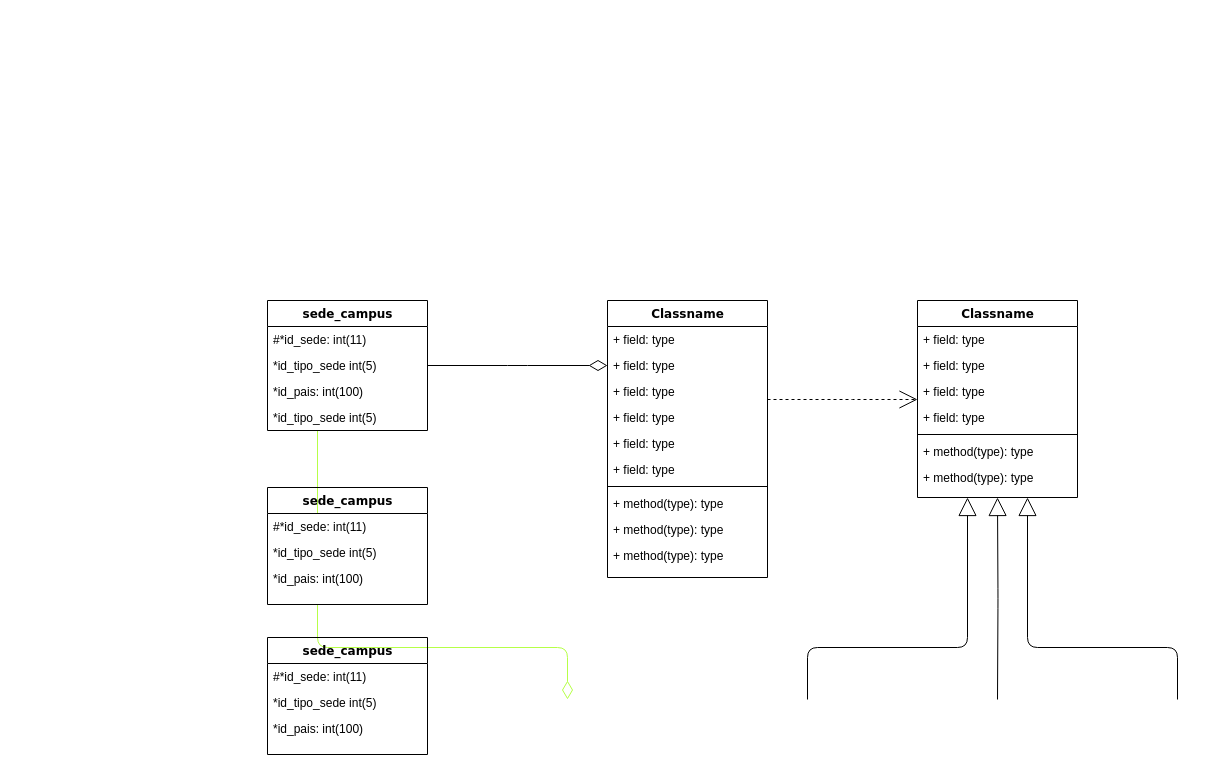
The draw.io diagram DiagramaLogico.drawio in NixonAmado/pry-bdCampus, before the edit. Source tidied: cells renumbered, new cells numbered last; positions are measured from the earlier drawing's top-left corner, leaving out a move shared by most shapes. Both pictures are drawn from the tidied source at 100%, with x=0, y=0 at pixel (267, 300).
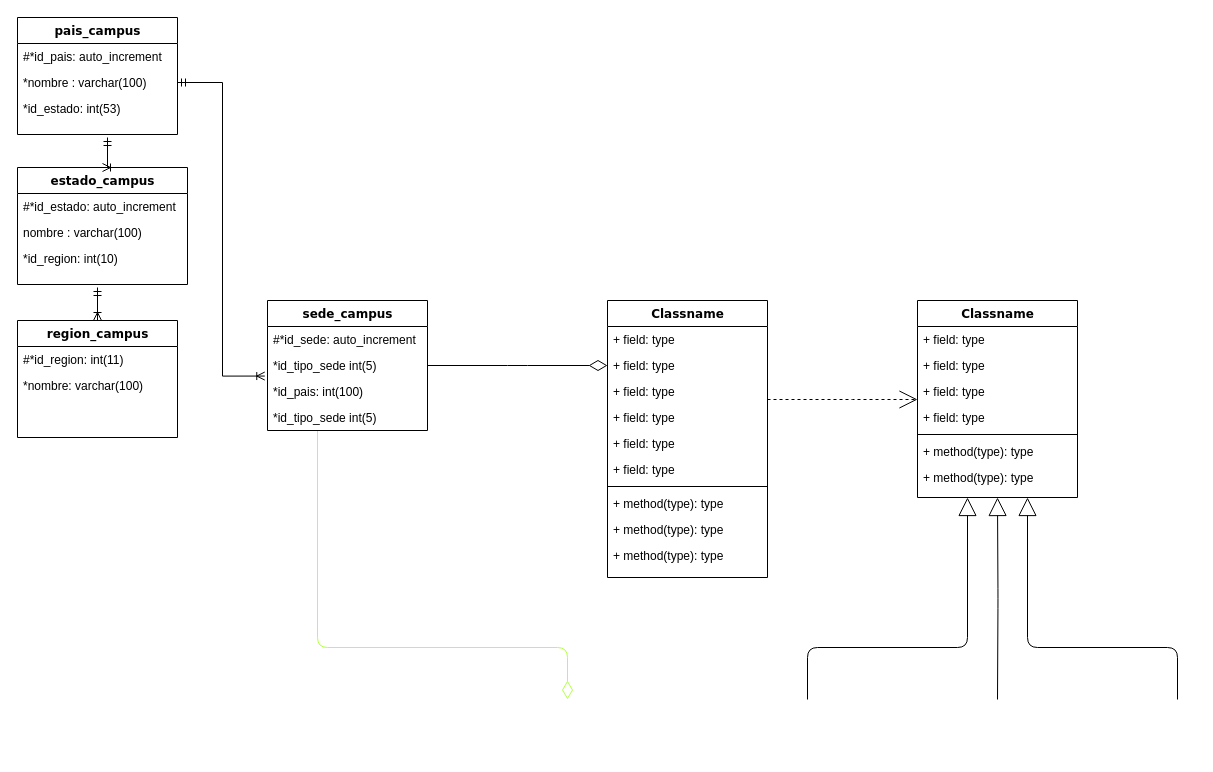
After the change.

The change refers to these unchanged cells:
```xml
<mxCell id="3" value="sede_campus" style="swimlane;html=1;fontStyle=1;align=center;verticalAlign=top;horizontal=1;startSize=26;swimlaneFillColor=#ffffff;rounded=0;shadow=0;comic=0;labelBackgroundColor=none;strokeWidth=1;fillColor=none;fontFamily=Verdana;fontSize=12;" parent="1" vertex="1">
  <mxGeometry width="160" height="130" as="geometry" />
</mxCell>
<mxCell id="5" value="*id_tipo_sede int(5)" style="text;html=1;strokeColor=none;fillColor=none;align=left;verticalAlign=top;spacingLeft=4;spacingRight=4;whiteSpace=wrap;overflow=hidden;points=[[0,0.5],[1,0.5]];portConstraint=eastwest;" parent="3" vertex="1">
  <mxGeometry y="52" width="160" height="26" as="geometry" />
</mxCell>
```

Diff of the diagram source:
```diff
@@
-    <mxCell id="4" value="#*id_sede: int(11)" style="text;html=1;strokeColor=none;fillColor=none;align=left;verticalAlign=top;spacingLeft=4;spacingRight=4;whiteSpace=wrap;overflow=hidden;" parent="3" vertex="1">
+    <mxCell id="4" value="#*id_sede: auto_increment" style="text;html=1;strokeColor=none;fillColor=none;align=left;verticalAlign=top;spacingLeft=4;spacingRight=4;whiteSpace=wrap;overflow=hidden;" parent="3" vertex="1">
       <mxGeometry y="26" width="160" height="26" as="geometry" />
     </mxCell>
@@
-    <mxCell id="32" value="sede_campus" style="swimlane;html=1;fontStyle=1;align=center;verticalAlign=top;horizontal=1;startSize=26;swimlaneFillColor=#ffffff;rounded=0;shadow=0;comic=0;labelBackgroundColor=none;strokeWidth=1;fillColor=none;fontFamily=Verdana;fontSize=12;" parent="1" vertex="1">
-      <mxGeometry y="187" width="160" height="117" as="geometry" />
+    <mxCell id="32" value="pais_campus" style="swimlane;html=1;fontStyle=1;align=center;verticalAlign=top;horizontal=1;startSize=26;swimlaneFillColor=#ffffff;rounded=0;shadow=0;comic=0;labelBackgroundColor=none;strokeWidth=1;fillColor=none;fontFamily=Verdana;fontSize=12;" parent="1" vertex="1">
+      <mxGeometry x="-250" y="-283" width="160" height="117" as="geometry" />
     </mxCell>
-    <mxCell id="33" value="#*id_sede: int(11)" style="text;html=1;strokeColor=none;fillColor=none;align=left;verticalAlign=top;spacingLeft=4;spacingRight=4;whiteSpace=wrap;overflow=hidden;" parent="32" vertex="1">
+    <mxCell id="33" value="#*id_pais: auto_increment" style="text;html=1;strokeColor=none;fillColor=none;align=left;verticalAlign=top;spacingLeft=4;spacingRight=4;whiteSpace=wrap;overflow=hidden;" parent="32" vertex="1">
       <mxGeometry y="26" width="160" height="26" as="geometry" />
     </mxCell>
-    <mxCell id="34" value="*id_tipo_sede int(5)" style="text;html=1;strokeColor=none;fillColor=none;align=left;verticalAlign=top;spacingLeft=4;spacingRight=4;whiteSpace=wrap;overflow=hidden;points=[[0,0.5],[1,0.5]];portConstraint=eastwest;" parent="32" vertex="1">
+    <mxCell id="34" value="*nombre : varchar(100)" style="text;html=1;strokeColor=none;fillColor=none;align=left;verticalAlign=top;spacingLeft=4;spacingRight=4;whiteSpace=wrap;overflow=hidden;points=[[0,0.5],[1,0.5]];portConstraint=eastwest;" parent="32" vertex="1">
       <mxGeometry y="52" width="160" height="26" as="geometry" />
     </mxCell>
-    <mxCell id="35" value="*id_pais: int(100)" style="text;html=1;strokeColor=none;fillColor=none;align=left;verticalAlign=top;spacingLeft=4;spacingRight=4;whiteSpace=wrap;overflow=hidden;" parent="32" vertex="1">
+    <mxCell id="35" value="*id_estado: int(53)" style="text;html=1;strokeColor=none;fillColor=none;align=left;verticalAlign=top;spacingLeft=4;spacingRight=4;whiteSpace=wrap;overflow=hidden;" parent="32" vertex="1">
       <mxGeometry y="78" width="160" height="26" as="geometry" />
     </mxCell>
+    <mxCell id="40" style="edgeStyle=orthogonalEdgeStyle;rounded=0;jettySize=auto;html=1;exitX=0.5;exitY=0;exitDx=0;exitDy=0;endArrow=ERmandOne;endFill=0;startArrow=ERoneToMany;startFill=0;" parent="1" edge="1" source="36">
+      <mxGeometry relative="1" as="geometry">
+        <mxPoint x="-160" y="-163" as="targetPoint" />
+      </mxGeometry>
+    </mxCell>
-    <mxCell id="36" value="sede_campus" style="swimlane;html=1;fontStyle=1;align=center;verticalAlign=top;horizontal=1;startSize=26;swimlaneFillColor=#ffffff;rounded=0;shadow=0;comic=0;labelBackgroundColor=none;strokeWidth=1;fillColor=none;fontFamily=Verdana;fontSize=12;" parent="1" vertex="1">
-      <mxGeometry y="337" width="160" height="117" as="geometry" />
+    <mxCell id="36" value="estado_campus" style="swimlane;html=1;fontStyle=1;align=center;verticalAlign=top;horizontal=1;startSize=26;swimlaneFillColor=#ffffff;rounded=0;shadow=0;comic=0;labelBackgroundColor=none;strokeWidth=1;fillColor=none;fontFamily=Verdana;fontSize=12;" parent="1" vertex="1">
+      <mxGeometry x="-250" y="-133" width="170" height="117" as="geometry" />
     </mxCell>
-    <mxCell id="37" value="#*id_sede: int(11)" style="text;html=1;strokeColor=none;fillColor=none;align=left;verticalAlign=top;spacingLeft=4;spacingRight=4;whiteSpace=wrap;overflow=hidden;" parent="36" vertex="1">
-      <mxGeometry y="26" width="160" height="26" as="geometry" />
+    <mxCell id="37" value="#*id_estado: auto_increment" style="text;html=1;strokeColor=none;fillColor=none;align=left;verticalAlign=top;spacingLeft=4;spacingRight=4;whiteSpace=wrap;overflow=hidden;" parent="36" vertex="1">
+      <mxGeometry y="26" width="170" height="26" as="geometry" />
     </mxCell>
-    <mxCell id="38" value="*id_tipo_sede int(5)" style="text;html=1;strokeColor=none;fillColor=none;align=left;verticalAlign=top;spacingLeft=4;spacingRight=4;whiteSpace=wrap;overflow=hidden;" parent="36" vertex="1">
-      <mxGeometry y="52" width="160" height="26" as="geometry" />
+    <mxCell id="38" value="nombre : varchar(100)" style="text;html=1;strokeColor=none;fillColor=none;align=left;verticalAlign=top;spacingLeft=4;spacingRight=4;whiteSpace=wrap;overflow=hidden;" parent="36" vertex="1">
+      <mxGeometry y="52" width="170" height="26" as="geometry" />
     </mxCell>
-    <mxCell id="39" value="*id_pais: int(100)" style="text;html=1;strokeColor=none;fillColor=none;align=left;verticalAlign=top;spacingLeft=4;spacingRight=4;whiteSpace=wrap;overflow=hidden;" parent="36" vertex="1">
-      <mxGeometry y="78" width="160" height="26" as="geometry" />
+    <mxCell id="39" value="*id_region: int(10)" style="text;html=1;strokeColor=none;fillColor=none;align=left;verticalAlign=top;spacingLeft=4;spacingRight=4;whiteSpace=wrap;overflow=hidden;" parent="36" vertex="1">
+      <mxGeometry y="78" width="170" height="26" as="geometry" />
     </mxCell>
+    <mxCell id="41" style="edgeStyle=orthogonalEdgeStyle;rounded=0;jettySize=auto;html=1;exitX=0.5;exitY=0;exitDx=0;exitDy=0;endArrow=ERmandOne;endFill=0;startArrow=ERoneToMany;startFill=0;" parent="1" edge="1" source="42">
+      <mxGeometry relative="1" as="geometry">
+        <mxPoint x="-170" y="-13" as="targetPoint" />
+      </mxGeometry>
+    </mxCell>
+    <mxCell id="42" value="region_campus" style="swimlane;html=1;fontStyle=1;align=center;verticalAlign=top;horizontal=1;startSize=26;swimlaneFillColor=#ffffff;rounded=0;shadow=0;comic=0;labelBackgroundColor=none;strokeWidth=1;fillColor=none;fontFamily=Verdana;fontSize=12;" parent="1" vertex="1">
+      <mxGeometry x="-250" y="20" width="160" height="117" as="geometry" />
+    </mxCell>
+    <mxCell id="43" value="#*id_region: int(11)" style="text;html=1;strokeColor=none;fillColor=none;align=left;verticalAlign=top;spacingLeft=4;spacingRight=4;whiteSpace=wrap;overflow=hidden;" parent="42" vertex="1">
+      <mxGeometry y="26" width="160" height="26" as="geometry" />
+    </mxCell>
+    <mxCell id="44" value="*nombre: varchar(100)" style="text;html=1;strokeColor=none;fillColor=none;align=left;verticalAlign=top;spacingLeft=4;spacingRight=4;whiteSpace=wrap;overflow=hidden;" parent="42" vertex="1">
+      <mxGeometry y="52" width="160" height="26" as="geometry" />
+    </mxCell>
+    <mxCell id="45" style="edgeStyle=orthogonalEdgeStyle;rounded=0;jettySize=auto;html=1;exitX=1;exitY=0.5;exitDx=0;exitDy=0;entryX=-0.017;entryY=0.906;entryDx=0;entryDy=0;entryPerimeter=0;endArrow=ERoneToMany;endFill=0;startArrow=ERmandOne;startFill=0;" parent="1" edge="1" source="34" target="5">
+      <mxGeometry relative="1" as="geometry" />
+    </mxCell>
```
